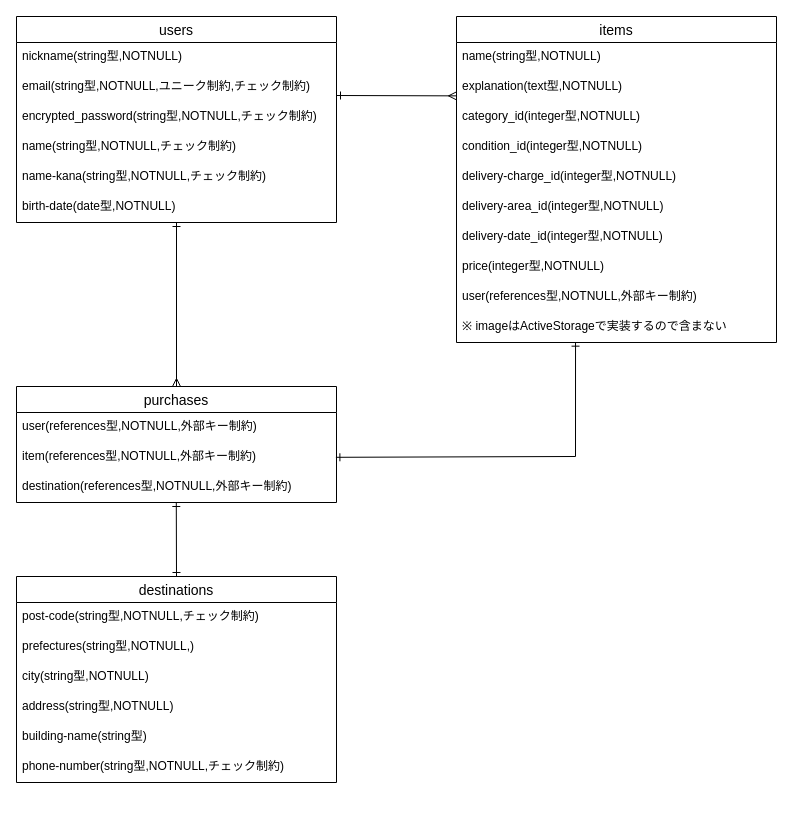
This is furima.dio from genkikonno/furima-37489, a draw.io file, before an edit. Source tidied: cells renumbered, new cells numbered last; positions are measured from the earlier drawing's top-left corner, leaving out a move shared by most shapes. Both pictures are drawn from the tidied source at 100%, with x=0, y=0 at pixel (16, 16).
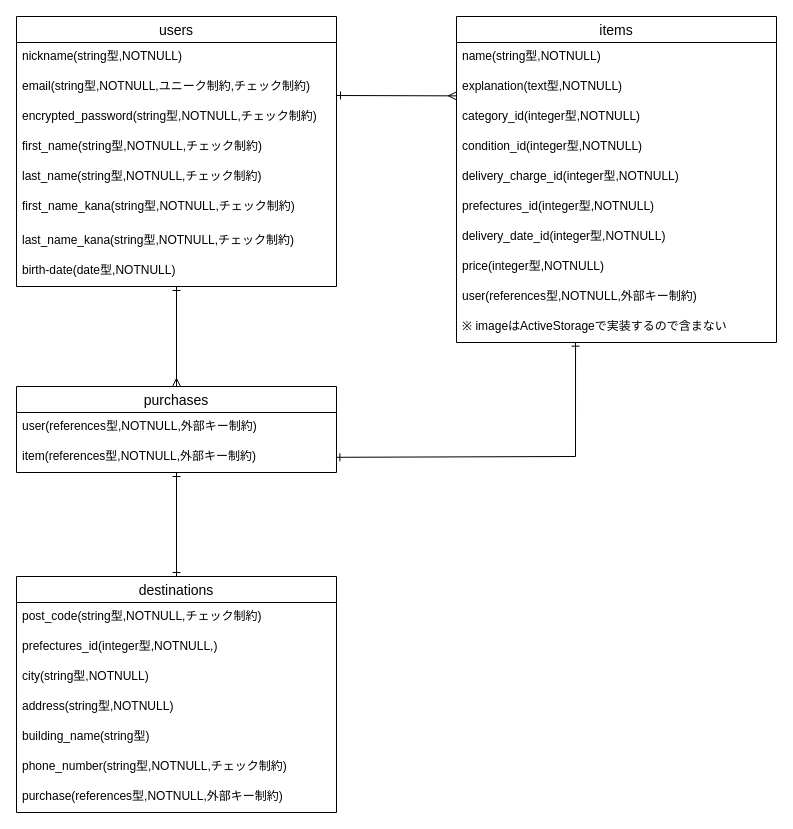
The same page after the edit.

Unchanged cells that the change refers to:
```xml
<mxCell id="9" value="items" style="swimlane;fontStyle=0;horizontal=1;startSize=26;align=center;fontSize=14;" parent="1" vertex="1">
  <mxGeometry x="440" width="320" height="326" as="geometry" />
</mxCell>
<mxCell id="22" value="item(references型,NOTNULL,外部キー制約)" style="text;strokeColor=none;fillColor=none;spacingLeft=4;spacingRight=4;overflow=hidden;points=[[0,0.5],[1,0.5]];portConstraint=eastwest;fontSize=12;" parent="20" vertex="1">
  <mxGeometry y="56" width="320" height="30" as="geometry" />
</mxCell>
```

What changed in the source:
```diff
@@
     <mxCell id="2" value="users" style="swimlane;fontStyle=0;horizontal=1;startSize=26;align=center;fontSize=14;" parent="1" vertex="1">
-      <mxGeometry width="320" height="206" as="geometry" />
+      <mxGeometry width="320" height="270" as="geometry" />
     </mxCell>
@@
-    <mxCell id="6" value="name(string型,NOTNULL,チェック制約)" style="text;strokeColor=none;fillColor=none;spacingLeft=4;spacingRight=4;overflow=hidden;fontSize=12;" parent="2" vertex="1">
+    <mxCell id="6" value="first_name(string型,NOTNULL,チェック制約)" style="text;strokeColor=none;fillColor=none;spacingLeft=4;spacingRight=4;overflow=hidden;fontSize=12;" parent="2" vertex="1">
       <mxGeometry y="116" width="320" height="30" as="geometry" />
     </mxCell>
-    <mxCell id="7" value="name-kana(string型,NOTNULL,チェック制約)" style="text;strokeColor=none;fillColor=none;spacingLeft=4;spacingRight=4;overflow=hidden;fontSize=12;" parent="2" vertex="1">
+    <mxCell id="7" value="last_name(string型,NOTNULL,チェック制約)" style="text;strokeColor=none;fillColor=none;spacingLeft=4;spacingRight=4;overflow=hidden;fontSize=12;" parent="2" vertex="1">
       <mxGeometry y="146" width="320" height="30" as="geometry" />
     </mxCell>
+    <mxCell id="35" value="first_name_kana(string型,NOTNULL,チェック制約)" style="text;strokeColor=none;fillColor=none;spacingLeft=4;spacingRight=4;overflow=hidden;fontSize=12;" parent="2" vertex="1">
+      <mxGeometry y="176" width="320" height="34" as="geometry" />
+    </mxCell>
+    <mxCell id="36" value="last_name_kana(string型,NOTNULL,チェック制約)" style="text;strokeColor=none;fillColor=none;spacingLeft=4;spacingRight=4;overflow=hidden;fontSize=12;" parent="2" vertex="1">
+      <mxGeometry y="210" width="320" height="30" as="geometry" />
+    </mxCell>
     <mxCell id="8" value="birth-date(date型,NOTNULL)" style="text;strokeColor=none;fillColor=none;spacingLeft=4;spacingRight=4;overflow=hidden;fontSize=12;" parent="2" vertex="1">
-      <mxGeometry y="176" width="320" height="30" as="geometry" />
+      <mxGeometry y="240" width="320" height="30" as="geometry" />
     </mxCell>
@@
-    <mxCell id="14" value="delivery-charge_id(integer型,NOTNULL)" style="text;strokeColor=none;fillColor=none;spacingLeft=4;spacingRight=4;overflow=hidden;fontSize=12;" parent="9" vertex="1">
+    <mxCell id="14" value="delivery_charge_id(integer型,NOTNULL)" style="text;strokeColor=none;fillColor=none;spacingLeft=4;spacingRight=4;overflow=hidden;fontSize=12;" parent="9" vertex="1">
       <mxGeometry y="146" width="320" height="30" as="geometry" />
     </mxCell>
-    <mxCell id="15" value="delivery-area_id(integer型,NOTNULL)" style="text;strokeColor=none;fillColor=none;spacingLeft=4;spacingRight=4;overflow=hidden;fontSize=12;" parent="9" vertex="1">
+    <mxCell id="15" value="prefectures_id(integer型,NOTNULL)" style="text;strokeColor=none;fillColor=none;spacingLeft=4;spacingRight=4;overflow=hidden;fontSize=12;" parent="9" vertex="1">
       <mxGeometry y="176" width="320" height="30" as="geometry" />
     </mxCell>
-    <mxCell id="16" value="delivery-date_id(integer型,NOTNULL)" style="text;strokeColor=none;fillColor=none;spacingLeft=4;spacingRight=4;overflow=hidden;fontSize=12;" parent="9" vertex="1">
+    <mxCell id="16" value="delivery_date_id(integer型,NOTNULL)" style="text;strokeColor=none;fillColor=none;spacingLeft=4;spacingRight=4;overflow=hidden;fontSize=12;" parent="9" vertex="1">
       <mxGeometry y="206" width="320" height="30" as="geometry" />
     </mxCell>
@@
     <mxCell id="20" value="purchases" style="swimlane;fontStyle=0;horizontal=1;startSize=26;align=center;fontSize=14;" parent="1" vertex="1">
-      <mxGeometry y="370" width="320" height="116" as="geometry" />
+      <mxGeometry y="370" width="320" height="86" as="geometry" />
     </mxCell>
@@
-    <mxCell id="23" value="destination(references型,NOTNULL,外部キー制約)" style="text;strokeColor=none;fillColor=none;spacingLeft=4;spacingRight=4;overflow=hidden;fontSize=12;" parent="20" vertex="1">
-      <mxGeometry y="86" width="320" height="30" as="geometry" />
-    </mxCell>
@@
     <mxCell id="27" value="destinations" style="swimlane;fontStyle=0;horizontal=1;startSize=26;align=center;fontSize=14;" parent="1" vertex="1">
-      <mxGeometry y="560" width="320" height="206" as="geometry" />
+      <mxGeometry y="560" width="320" height="236" as="geometry" />
     </mxCell>
-    <mxCell id="28" value="post-code(string型,NOTNULL,チェック制約)" style="text;strokeColor=none;fillColor=none;spacingLeft=4;spacingRight=4;overflow=hidden;fontSize=12;" parent="27" vertex="1">
+    <mxCell id="28" value="post_code(string型,NOTNULL,チェック制約)" style="text;strokeColor=none;fillColor=none;spacingLeft=4;spacingRight=4;overflow=hidden;fontSize=12;" parent="27" vertex="1">
       <mxGeometry y="26" width="320" height="30" as="geometry" />
     </mxCell>
-    <mxCell id="29" value="prefectures(string型,NOTNULL,)" style="text;strokeColor=none;fillColor=none;spacingLeft=4;spacingRight=4;overflow=hidden;fontSize=12;" parent="27" vertex="1">
+    <mxCell id="29" value="prefectures_id(integer型,NOTNULL,)" style="text;strokeColor=none;fillColor=none;spacingLeft=4;spacingRight=4;overflow=hidden;fontSize=12;" parent="27" vertex="1">
       <mxGeometry y="56" width="320" height="30" as="geometry" />
     </mxCell>
@@
-    <mxCell id="32" value="building-name(string型)" style="text;strokeColor=none;fillColor=none;spacingLeft=4;spacingRight=4;overflow=hidden;fontSize=12;" parent="27" vertex="1">
+    <mxCell id="32" value="building_name(string型)" style="text;strokeColor=none;fillColor=none;spacingLeft=4;spacingRight=4;overflow=hidden;fontSize=12;" parent="27" vertex="1">
       <mxGeometry y="146" width="320" height="30" as="geometry" />
     </mxCell>
-    <mxCell id="33" value="phone-number(string型,NOTNULL,チェック制約)" style="text;strokeColor=none;fillColor=none;spacingLeft=4;spacingRight=4;overflow=hidden;fontSize=12;" parent="27" vertex="1">
+    <mxCell id="33" value="phone_number(string型,NOTNULL,チェック制約)" style="text;strokeColor=none;fillColor=none;spacingLeft=4;spacingRight=4;overflow=hidden;fontSize=12;" parent="27" vertex="1">
       <mxGeometry y="176" width="320" height="30" as="geometry" />
     </mxCell>
+    <mxCell id="37" value="purchase(references型,NOTNULL,外部キー制約)" style="text;strokeColor=none;fillColor=none;spacingLeft=4;spacingRight=4;overflow=hidden;fontSize=12;" parent="27" vertex="1">
+      <mxGeometry y="206" width="320" height="30" as="geometry" />
+    </mxCell>
-    <mxCell id="34" style="endArrow=ERone;html=1;rounded=0;entryX=0.5;entryY=0;entryDx=0;entryDy=0;startArrow=ERone;startFill=0;endFill=0;" parent="1" edge="1" target="27">
-      <mxGeometry relative="1" as="geometry">
-        <mxPoint x="159.8" y="486" as="sourcePoint" />
-      </mxGeometry>
+    <mxCell id="34" style="endArrow=ERone;html=1;rounded=0;entryX=0.5;entryY=0;entryDx=0;entryDy=0;startArrow=ERone;startFill=0;endFill=0;" parent="1" edge="1" source="22" target="27">
+      <mxGeometry relative="1" as="geometry" />
     </mxCell>
```
